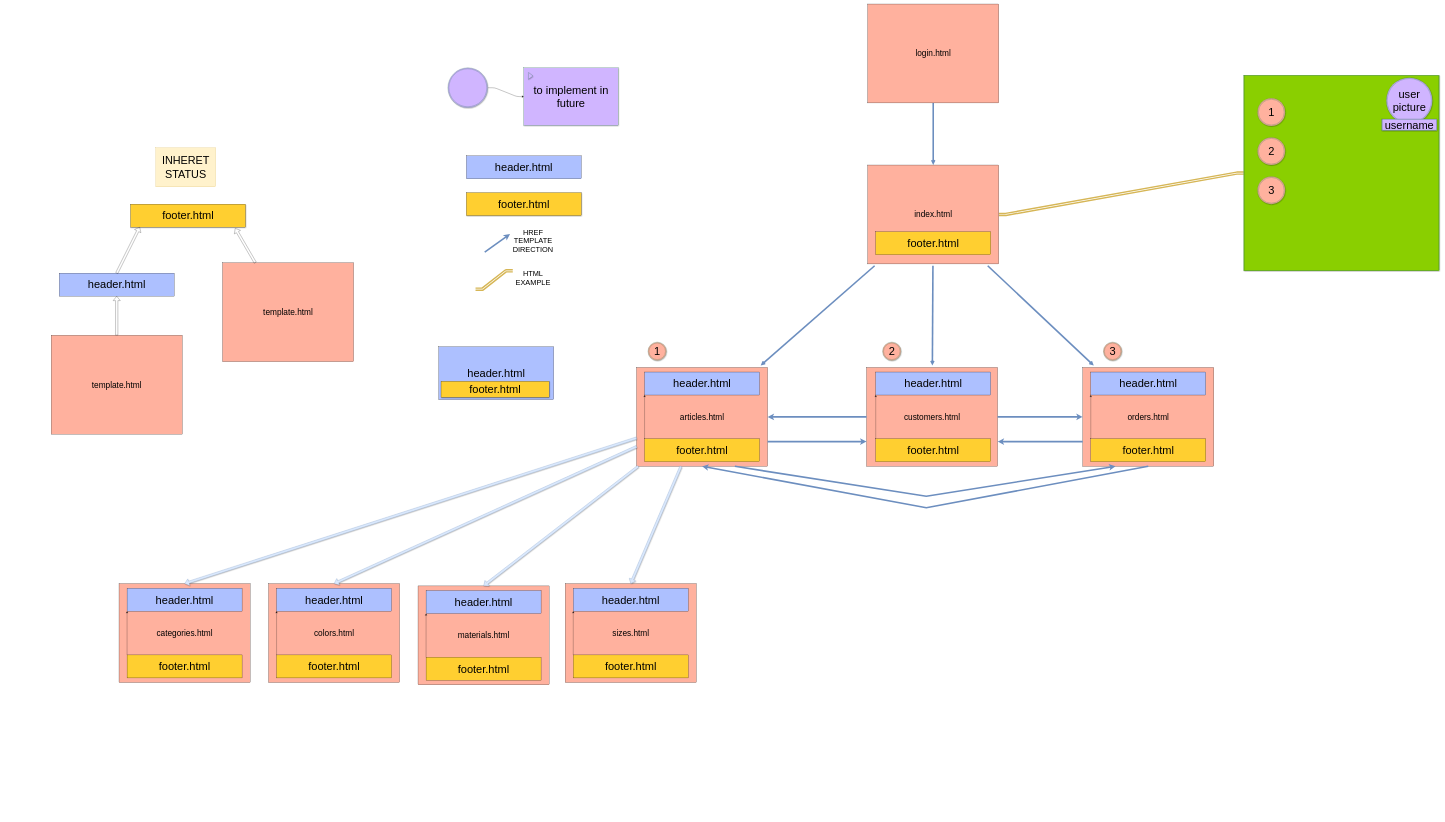
Above: diagram_templates.drawio in DarthKenar/ElCanarioRegionales (draw.io), before the change. Source tidied: cells renumbered, new cells numbered last; positions are measured from the earlier drawing's top-left corner, leaving out a move shared by most shapes. Both pictures are drawn from the tidied source at 23%, with x=0, y=0 at pixel (51, 4).
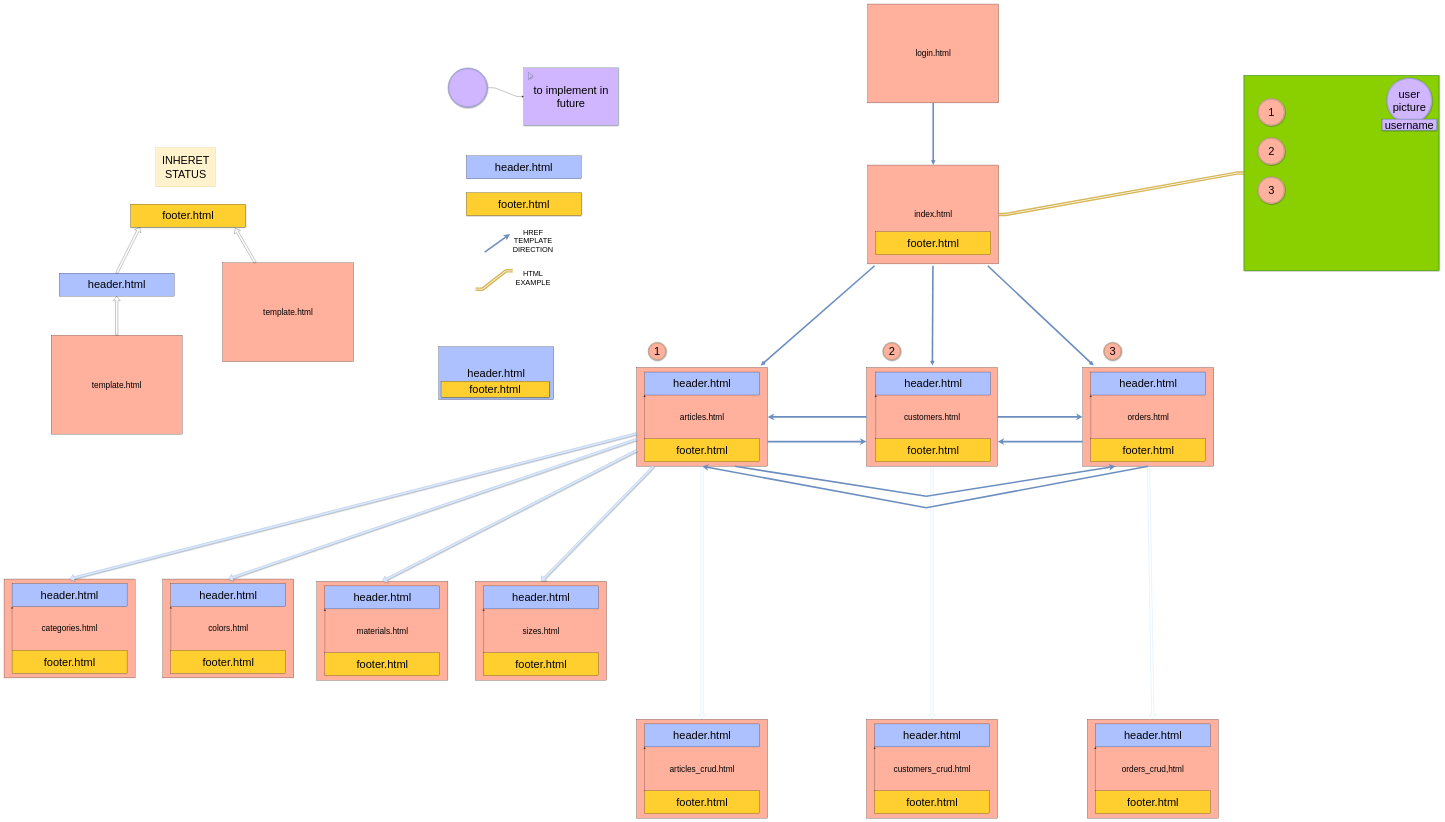
After the change.

The change refers to these unchanged cells:
```xml
<mxCell id="18" value="&lt;font style=&quot;font-size: 48px;&quot;&gt;footer.html&lt;/font&gt;" style="rounded=0;whiteSpace=wrap;html=1;fillColor=#FFCF30;" parent="14" vertex="1">
  <mxGeometry x="35" y="310" width="500" height="100" as="geometry" />
</mxCell>
<mxCell id="20" value="customers.html" style="rounded=0;whiteSpace=wrap;html=1;fontSize=36;fillColor=#FFB19E;" parent="19" vertex="1">
  <mxGeometry width="570" height="430" as="geometry" />
</mxCell>
<mxCell id="25" value="articles.html" style="rounded=0;whiteSpace=wrap;html=1;fontSize=36;fillColor=#FFB19E;" parent="24" vertex="1">
  <mxGeometry width="570" height="430" as="geometry" />
</mxCell>
```

Diff of the diagram source:
```diff
@@
     <mxCell id="64" style="group;" parent="1" vertex="1">
-      <mxGeometry x="945" y="2520" width="570" height="430" as="geometry" />
+      <mxGeometry x="485" y="2500" width="570" height="430" as="geometry" />
     </mxCell>
@@
     <mxCell id="69" style="group;" parent="1" vertex="1">
-      <mxGeometry x="1595" y="2530" width="570" height="430" as="geometry" />
+      <mxGeometry x="1155" y="2510" width="570" height="430" as="geometry" />
     </mxCell>
@@
     <mxCell id="74" style="group;" parent="1" vertex="1">
-      <mxGeometry x="2235" y="2520" width="570" height="430" as="geometry" />
+      <mxGeometry x="1845" y="2510" width="570" height="430" as="geometry" />
     </mxCell>
@@
     <mxCell id="79" style="group;" parent="1" vertex="1">
-      <mxGeometry x="295" y="2520" width="570" height="430" as="geometry" />
+      <mxGeometry x="-205" y="2500" width="570" height="430" as="geometry" />
     </mxCell>
@@
+    <mxCell id="88" style="group;" parent="1" vertex="1">
+      <mxGeometry x="2545" y="3110" width="570" height="430" as="geometry" />
+    </mxCell>
+    <mxCell id="89" value="articles_crud.html" style="rounded=0;whiteSpace=wrap;html=1;fontSize=36;fillColor=#FFB19E;" parent="88" vertex="1">
+      <mxGeometry width="570" height="430" as="geometry" />
+    </mxCell>
+    <mxCell id="90" value="&lt;font style=&quot;font-size: 48px;&quot;&gt;header.html&lt;/font&gt;" style="rounded=0;whiteSpace=wrap;html=1;fillColor=#ADC0FF;" parent="88" vertex="1">
+      <mxGeometry x="35" y="20" width="500" height="100" as="geometry" />
+    </mxCell>
+    <mxCell id="91" style="edgeStyle=none;html=1;exitX=0;exitY=0;exitDx=0;exitDy=0;entryX=0;entryY=1;entryDx=0;entryDy=0;" parent="88" edge="1" source="92" target="90">
+      <mxGeometry relative="1" as="geometry" />
+    </mxCell>
+    <mxCell id="92" value="&lt;font style=&quot;font-size: 48px;&quot;&gt;footer.html&lt;/font&gt;" style="rounded=0;whiteSpace=wrap;html=1;fillColor=#FFCF30;" parent="88" vertex="1">
+      <mxGeometry x="35" y="310" width="500" height="100" as="geometry" />
+    </mxCell>
+    <mxCell id="93" style="shape=flexArrow;rounded=0;jettySize=auto;html=1;entryX=0.5;entryY=0;entryDx=0;entryDy=0;strokeColor=#99CCFF;" parent="1" edge="1" source="25" target="89">
+      <mxGeometry relative="1" as="geometry" />
+    </mxCell>
+    <mxCell id="94" style="group;" parent="1" vertex="1">
+      <mxGeometry x="3545" y="3110" width="570" height="430" as="geometry" />
+    </mxCell>
+    <mxCell id="95" value="customers_crud.html" style="rounded=0;whiteSpace=wrap;html=1;fontSize=36;fillColor=#FFB19E;" parent="94" vertex="1">
+      <mxGeometry width="570" height="430" as="geometry" />
+    </mxCell>
+    <mxCell id="96" value="&lt;font style=&quot;font-size: 48px;&quot;&gt;header.html&lt;/font&gt;" style="rounded=0;whiteSpace=wrap;html=1;fillColor=#ADC0FF;" parent="94" vertex="1">
+      <mxGeometry x="35" y="20" width="500" height="100" as="geometry" />
+    </mxCell>
+    <mxCell id="97" style="edgeStyle=none;html=1;exitX=0;exitY=0;exitDx=0;exitDy=0;entryX=0;entryY=1;entryDx=0;entryDy=0;" parent="94" edge="1" source="98" target="96">
+      <mxGeometry relative="1" as="geometry" />
+    </mxCell>
+    <mxCell id="98" value="&lt;font style=&quot;font-size: 48px;&quot;&gt;footer.html&lt;/font&gt;" style="rounded=0;whiteSpace=wrap;html=1;fillColor=#FFCF30;" parent="94" vertex="1">
+      <mxGeometry x="35" y="310" width="500" height="100" as="geometry" />
+    </mxCell>
+    <mxCell id="99" style="edgeStyle=none;shape=flexArrow;rounded=0;jettySize=auto;html=1;exitX=0.5;exitY=1;exitDx=0;exitDy=0;entryX=0.5;entryY=0;entryDx=0;entryDy=0;strokeColor=#99CCFF;" parent="1" edge="1" source="20" target="95">
+      <mxGeometry relative="1" as="geometry" />
+    </mxCell>
+    <mxCell id="100" style="group;" parent="1" vertex="1">
+      <mxGeometry x="4505" y="3110" width="570" height="430" as="geometry" />
+    </mxCell>
+    <mxCell id="101" value="orders_crud,html" style="rounded=0;whiteSpace=wrap;html=1;fontSize=36;fillColor=#FFB19E;" parent="100" vertex="1">
+      <mxGeometry width="570" height="430" as="geometry" />
+    </mxCell>
+    <mxCell id="102" value="&lt;font style=&quot;font-size: 48px;&quot;&gt;header.html&lt;/font&gt;" style="rounded=0;whiteSpace=wrap;html=1;fillColor=#ADC0FF;" parent="100" vertex="1">
+      <mxGeometry x="35" y="20" width="500" height="100" as="geometry" />
+    </mxCell>
+    <mxCell id="103" style="edgeStyle=none;html=1;exitX=0;exitY=0;exitDx=0;exitDy=0;entryX=0;entryY=1;entryDx=0;entryDy=0;" parent="100" edge="1" source="104" target="102">
+      <mxGeometry relative="1" as="geometry" />
+    </mxCell>
+    <mxCell id="104" value="&lt;font style=&quot;font-size: 48px;&quot;&gt;footer.html&lt;/font&gt;" style="rounded=0;whiteSpace=wrap;html=1;fillColor=#FFCF30;" parent="100" vertex="1">
+      <mxGeometry x="35" y="310" width="500" height="100" as="geometry" />
+    </mxCell>
+    <mxCell id="105" style="edgeStyle=none;shape=flexArrow;rounded=0;jettySize=auto;html=1;entryX=0.5;entryY=0;entryDx=0;entryDy=0;strokeColor=#99CCFF;" parent="1" edge="1" source="18" target="101">
+      <mxGeometry relative="1" as="geometry" />
+    </mxCell>
```
